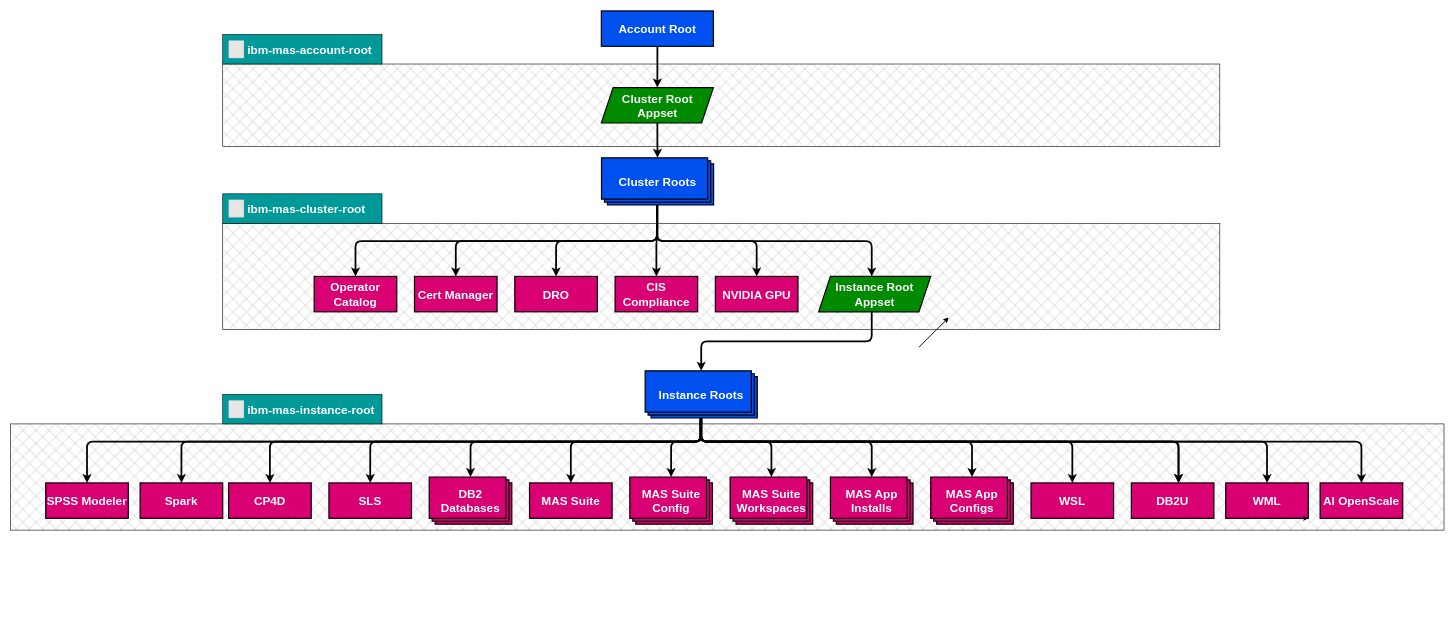
Before: docs/drawio/appstructure.drawio in ibm-mas/gitops, a draw.io diagram. Source tidied: cells renumbered, new cells numbered last; positions are measured from the earlier drawing's top-left corner, leaving out a move shared by most shapes. Both pictures are drawn from the tidied source at 59%, with x=0, y=0 at pixel (10, 11). Pictures stored in the file or linked from it are replaced by grey dashed boxes.
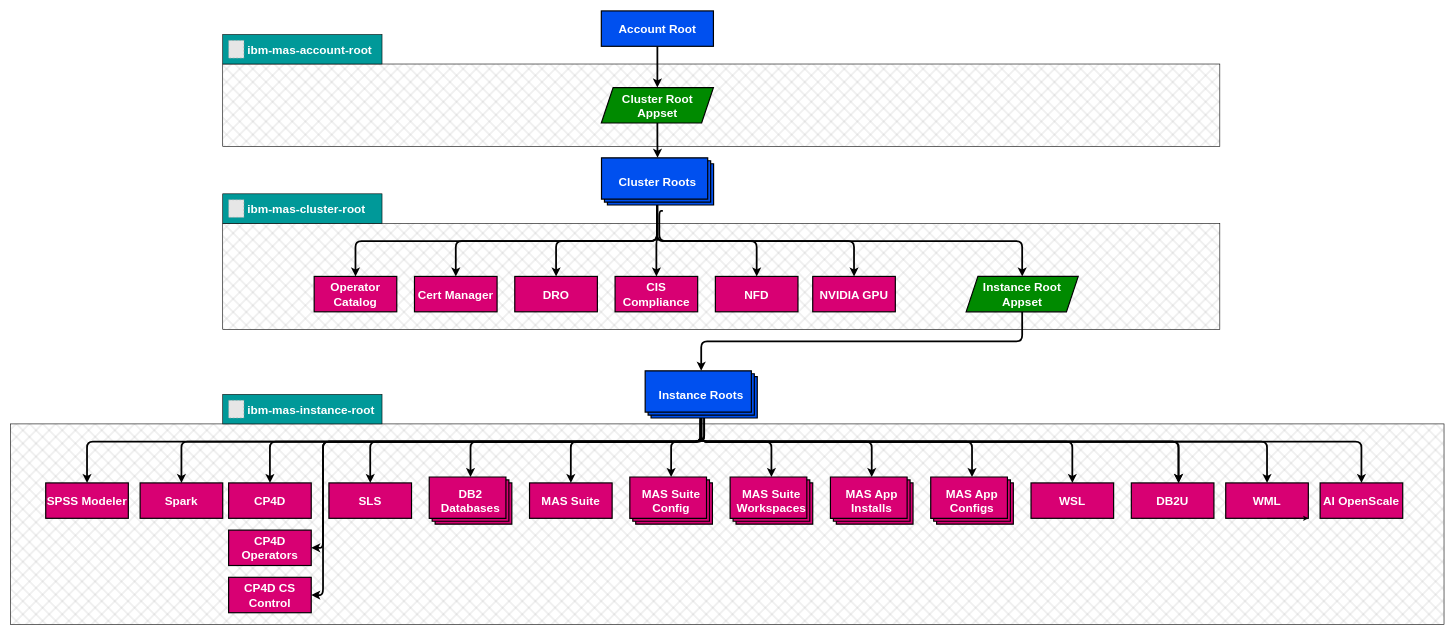
After the change.

The change refers to these unchanged cells:
```xml
<mxCell id="26" value="&lt;span style=&quot;color: rgb(255, 255, 255); font-family: Helvetica; font-size: 20px; font-style: normal; font-variant-ligatures: normal; font-variant-caps: normal; letter-spacing: normal; orphans: 2; text-indent: 0px; text-transform: none; widows: 2; word-spacing: 0px; -webkit-text-stroke-width: 0px; text-decoration-thickness: initial; text-decoration-style: initial; text-decoration-color: initial; float: none; display: inline !important;&quot;&gt;Cluster Roots&lt;/span&gt;" style="verticalLabelPosition=middle;verticalAlign=middle;html=1;shape=mxgraph.basic.layered_rect;dx=10;outlineConnect=0;fillColor=#0050ef;fontColor=#ffffff;strokeColor=#000000;labelPosition=center;align=center;labelBackgroundColor=none;whiteSpace=wrap;horizontal=1;fontStyle=1;fontSize=20;strokeWidth=2;spacing=0;" parent="1" vertex="1">
  <mxGeometry x="1002" y="249" width="190" height="80" as="geometry" />
</mxCell>
<mxCell id="35" value="Instance Roots" style="verticalLabelPosition=middle;verticalAlign=middle;html=1;shape=mxgraph.basic.layered_rect;dx=10;outlineConnect=0;fillColor=#0050ef;fontColor=#ffffff;strokeColor=#000000;labelPosition=center;align=center;labelBackgroundColor=none;whiteSpace=wrap;horizontal=1;fontStyle=1;fontSize=20;strokeWidth=2;spacing=0;" parent="1" vertex="1">
  <mxGeometry x="1076" y="610" width="190" height="80" as="geometry" />
</mxCell>
```

Change to the diagram source:
```diff
@@
     <mxCell id="2" style="rounded=0;whiteSpace=wrap;html=1;strokeColor=#000000;strokeWidth=1;fontSize=20;fillColor=#9C9C9C;fillStyle=cross-hatch;" parent="1" vertex="1">
-      <mxGeometry y="700" width="2430" height="180" as="geometry" />
+      <mxGeometry y="700" width="2430" height="340" as="geometry" />
     </mxCell>
@@
     <mxCell id="9" style="edgeStyle=orthogonalEdgeStyle;html=1;strokeWidth=3;orthogonal=1;strokeColor=#000000;" parent="1" edge="1" source="10" target="35">
       <mxGeometry relative="1" as="geometry">
         <Array as="points">
-          <mxPoint x="1460" y="560" />
+          <mxPoint x="1715" y="560" />
           <mxPoint x="1171" y="560" />
         </Array>
       </mxGeometry>
     </mxCell>
     <mxCell id="10" value="Instance Root Appset" style="shape=parallelogram;perimeter=parallelogramPerimeter;whiteSpace=wrap;html=1;fixedSize=1;fillColor=#008a00;fontColor=#ffffff;strokeColor=#000000;fontStyle=1;fontSize=20;strokeWidth=2;align=center;spacing=0;" parent="1" vertex="1">
-      <mxGeometry x="1370" y="450" width="190" height="60" as="geometry" />
+      <mxGeometry x="1620" y="450" width="190" height="60" as="geometry" />
     </mxCell>
@@
-    <mxCell id="15" value="NVIDIA GPU" style="rounded=0;whiteSpace=wrap;html=1;fillColor=#d80073;strokeColor=#000000;fontColor=#ffffff;fontStyle=1;fontSize=20;strokeWidth=2;align=center;spacing=0;" parent="1" vertex="1">
+    <mxCell id="15" value="NFD" style="rounded=0;whiteSpace=wrap;html=1;fillColor=#d80073;strokeColor=#000000;fontColor=#ffffff;fontStyle=1;fontSize=20;strokeWidth=2;align=center;spacing=0;" parent="1" vertex="1">
       <mxGeometry x="1195" y="450" width="140" height="60" as="geometry" />
     </mxCell>
@@
     <mxCell id="25" style="edgeStyle=orthogonalEdgeStyle;html=1;strokeWidth=3;orthogonal=1;strokeColor=#000000;" parent="1" edge="1" source="26" target="10">
       <mxGeometry relative="1" as="geometry">
         <Array as="points">
           <mxPoint x="1096" y="390" />
-          <mxPoint x="1460" y="390" />
+          <mxPoint x="1715" y="390" />
         </Array>
       </mxGeometry>
     </mxCell>
@@
+    <mxCell id="63" style="edgeStyle=orthogonalEdgeStyle;rounded=1;jettySize=auto;html=1;exitX=0;exitY=0;exitDx=100;exitDy=80;exitPerimeter=0;entryX=1;entryY=0.5;entryDx=0;entryDy=0;strokeWidth=3;curved=0;" parent="1" edge="1" source="35" target="67">
+      <mxGeometry relative="1" as="geometry">
+        <Array as="points">
+          <mxPoint x="1176" y="730" />
+          <mxPoint x="530" y="730" />
+          <mxPoint x="530" y="910" />
+        </Array>
+      </mxGeometry>
+    </mxCell>
+    <mxCell id="64" style="edgeStyle=orthogonalEdgeStyle;rounded=1;jettySize=auto;html=1;exitX=0;exitY=0;exitDx=100;exitDy=80;exitPerimeter=0;entryX=1;entryY=0.5;entryDx=0;entryDy=0;strokeWidth=3;curved=0;" parent="1" edge="1" source="35" target="68">
+      <mxGeometry relative="1" as="geometry">
+        <Array as="points">
+          <mxPoint x="1176" y="730" />
+          <mxPoint x="530" y="730" />
+          <mxPoint x="530" y="990" />
+        </Array>
+      </mxGeometry>
+    </mxCell>
@@
-    <mxCell id="53" style="endArrow=classic;html=1;" parent="1" edge="1">
-      <mxGeometry relative="1" as="geometry">
-        <mxPoint x="1540" y="570" as="sourcePoint" />
-        <mxPoint x="1590" y="520" as="targetPoint" />
-      </mxGeometry>
-    </mxCell>
-    <mxCell id="54" style="endArrow=classic;html=1;" parent="1" edge="1">
-      <mxGeometry relative="1" as="geometry">
-        <mxPoint x="1540" y="570" as="sourcePoint" />
-        <mxPoint x="1590" y="520" as="targetPoint" />
-      </mxGeometry>
-    </mxCell>
@@
+    <mxCell id="65" value="NVIDIA GPU" style="rounded=0;whiteSpace=wrap;html=1;fillColor=#d80073;strokeColor=#000000;fontColor=#ffffff;fontStyle=1;fontSize=20;strokeWidth=2;align=center;spacing=0;" parent="1" vertex="1">
+      <mxGeometry x="1360" y="450" width="140" height="60" as="geometry" />
+    </mxCell>
+    <mxCell id="66" style="edgeStyle=orthogonalEdgeStyle;html=1;strokeWidth=3;orthogonal=1;strokeColor=#000000;entryX=0.5;entryY=0;entryDx=0;entryDy=0;" parent="1" edge="1" target="65">
+      <mxGeometry relative="1" as="geometry">
+        <mxPoint x="1106" y="339" as="sourcePoint" />
+        <Array as="points">
+          <mxPoint x="1100" y="339" />
+          <mxPoint x="1100" y="390" />
+          <mxPoint x="1430" y="390" />
+        </Array>
+      </mxGeometry>
+    </mxCell>
+    <mxCell id="67" value="CP4D Operators" style="rounded=0;whiteSpace=wrap;html=1;fillColor=#d80073;strokeColor=#000000;fontColor=#ffffff;fontStyle=1;fontSize=20;strokeWidth=2;align=center;spacing=0;" parent="1" vertex="1">
+      <mxGeometry x="370" y="880" width="140" height="60" as="geometry" />
+    </mxCell>
+    <mxCell id="68" value="CP4D CS Control" style="rounded=0;whiteSpace=wrap;html=1;fillColor=#d80073;strokeColor=#000000;fontColor=#ffffff;fontStyle=1;fontSize=20;strokeWidth=2;align=center;spacing=0;" parent="1" vertex="1">
+      <mxGeometry x="370" y="960" width="140" height="60" as="geometry" />
+    </mxCell>
```
